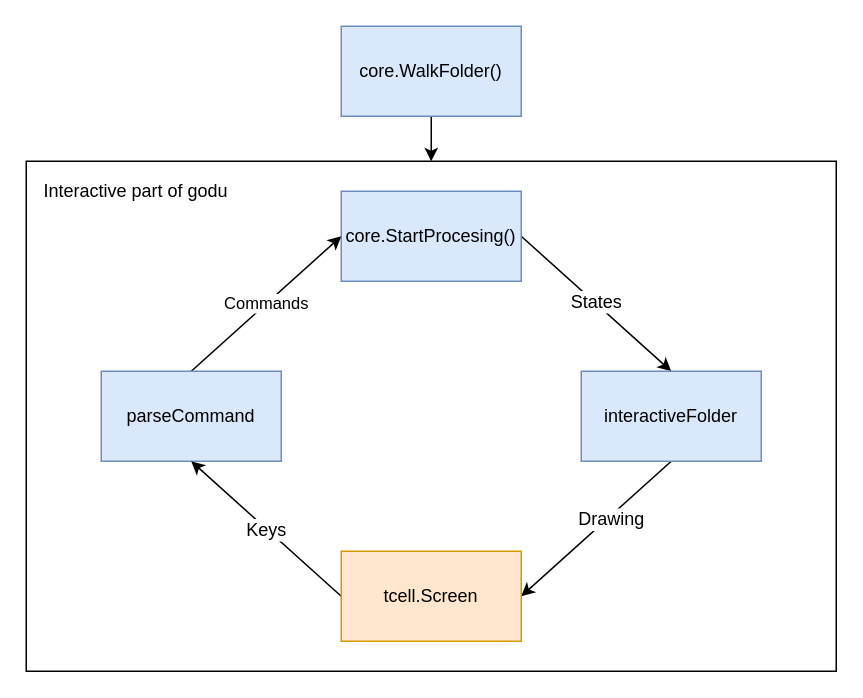
The draw.io diagram godu_architecture.drawio in viktomas/godu, before the edit. Source tidied: cells renumbered, new cells numbered last; positions are measured from the earlier drawing's top-left corner, leaving out a move shared by most shapes. Both pictures are drawn from the tidied source at 150%, with x=0, y=0 at pixel (26, 26).
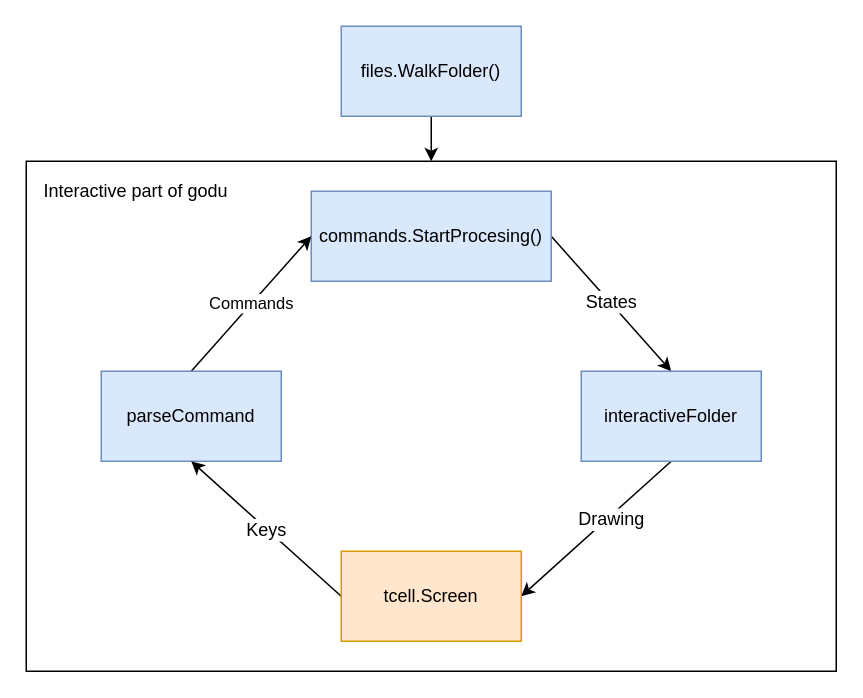
After the change.

What changed in the source:
```diff
@@
 <mxGraphModel>
   <root>
     <mxCell id="0" />
     <mxCell id="1" parent="0" />
     <mxCell id="2" style="rounded=0;whiteSpace=wrap;html=1;fillColor=none;" parent="1" vertex="1">
       <mxGeometry y="90" width="540" height="340" as="geometry" />
     </mxCell>
     <mxCell id="3" style="edgeStyle=none;rounded=0;jettySize=auto;html=1;exitX=0.5;exitY=1;exitDx=0;exitDy=0;entryX=0.5;entryY=0;entryDx=0;entryDy=0;strokeColor=#000000;" parent="1" edge="1" source="4" target="2">
       <mxGeometry relative="1" as="geometry" />
     </mxCell>
-    <mxCell id="4" value="core.WalkFolder()" style="rounded=0;whiteSpace=wrap;html=1;fillColor=#dae8fc;strokeColor=#6c8ebf;" parent="1" vertex="1">
+    <mxCell id="4" value="files.WalkFolder()" style="rounded=0;whiteSpace=wrap;html=1;fillColor=#dae8fc;strokeColor=#6c8ebf;" parent="1" vertex="1">
       <mxGeometry x="210" width="120" height="60" as="geometry" />
     </mxCell>
     <mxCell id="5" style="jettySize=auto;html=1;exitX=1;exitY=0.5;exitDx=0;exitDy=0;entryX=0.5;entryY=0;entryDx=0;entryDy=0;rounded=0;strokeColor=#000000;" parent="1" edge="1" source="7" target="10">
       <mxGeometry relative="1" as="geometry" />
     </mxCell>
     <mxCell id="6" value="States" style="text;html=1;align=center;verticalAlign=middle;labelBackgroundColor=#ffffff;" parent="5" vertex="1">
       <mxGeometry x="-0.02" y="1" relative="1" as="geometry" />
     </mxCell>
-    <mxCell id="7" value="core.StartProcesing()" style="rounded=0;whiteSpace=wrap;html=1;fillColor=#dae8fc;strokeColor=#6c8ebf;" parent="1" vertex="1">
-      <mxGeometry x="210" y="110" width="120" height="60" as="geometry" />
+    <mxCell id="7" value="commands.StartProcesing()" style="rounded=0;whiteSpace=wrap;html=1;fillColor=#dae8fc;strokeColor=#6c8ebf;" parent="1" vertex="1">
+      <mxGeometry x="190" y="110" width="160" height="60" as="geometry" />
     </mxCell>
     <mxCell id="8" style="edgeStyle=none;rounded=0;jettySize=auto;html=1;exitX=0.5;exitY=1;exitDx=0;exitDy=0;entryX=1;entryY=0.5;entryDx=0;entryDy=0;strokeColor=#000000;" parent="1" edge="1" source="10" target="15">
       <mxGeometry relative="1" as="geometry" />
     </mxCell>
     <mxCell id="9" value="Drawing" style="text;html=1;align=center;verticalAlign=middle;labelBackgroundColor=#ffffff;" parent="8" vertex="1">
       <mxGeometry x="-0.17" y="1" relative="1" as="geometry" />
     </mxCell>
     <mxCell id="10" value="interactiveFolder" style="rounded=0;whiteSpace=wrap;html=1;fillColor=#dae8fc;strokeColor=#6c8ebf;" parent="1" vertex="1">
       <mxGeometry x="370" y="230" width="120" height="60" as="geometry" />
     </mxCell>
     <mxCell id="11" value="Commands" style="edgeStyle=none;rounded=0;jettySize=auto;html=1;exitX=0.5;exitY=0;exitDx=0;exitDy=0;entryX=0;entryY=0.5;entryDx=0;entryDy=0;strokeColor=#000000;" parent="1" edge="1" source="12" target="7">
       <mxGeometry relative="1" as="geometry" />
     </mxCell>
     <mxCell id="12" value="parseCommand" style="rounded=0;whiteSpace=wrap;html=1;fillColor=#dae8fc;strokeColor=#6c8ebf;" parent="1" vertex="1">
       <mxGeometry x="50" y="230" width="120" height="60" as="geometry" />
     </mxCell>
     <mxCell id="13" style="edgeStyle=none;rounded=0;jettySize=auto;html=1;exitX=0;exitY=0.5;exitDx=0;exitDy=0;entryX=0.5;entryY=1;entryDx=0;entryDy=0;strokeColor=#000000;" parent="1" edge="1" source="15" target="12">
       <mxGeometry relative="1" as="geometry" />
     </mxCell>
     <mxCell id="14" value="Keys" style="text;html=1;align=center;verticalAlign=middle;labelBackgroundColor=#ffffff;" parent="13" vertex="1">
       <mxGeometry x="-0.01" y="1" relative="1" as="geometry" />
     </mxCell>
     <mxCell id="15" value="tcell.Screen" style="rounded=0;whiteSpace=wrap;html=1;fillColor=#ffe6cc;strokeColor=#d79b00;" parent="1" vertex="1">
       <mxGeometry x="210" y="350" width="120" height="60" as="geometry" />
     </mxCell>
     <mxCell id="16" value="Interactive part of godu" style="text;html=1;align=left;verticalAlign=top;spacingTop=-4;" parent="1" vertex="1">
       <mxGeometry x="10" y="100" width="140" height="20" as="geometry" />
     </mxCell>
   </root>
 </mxGraphModel>
```
